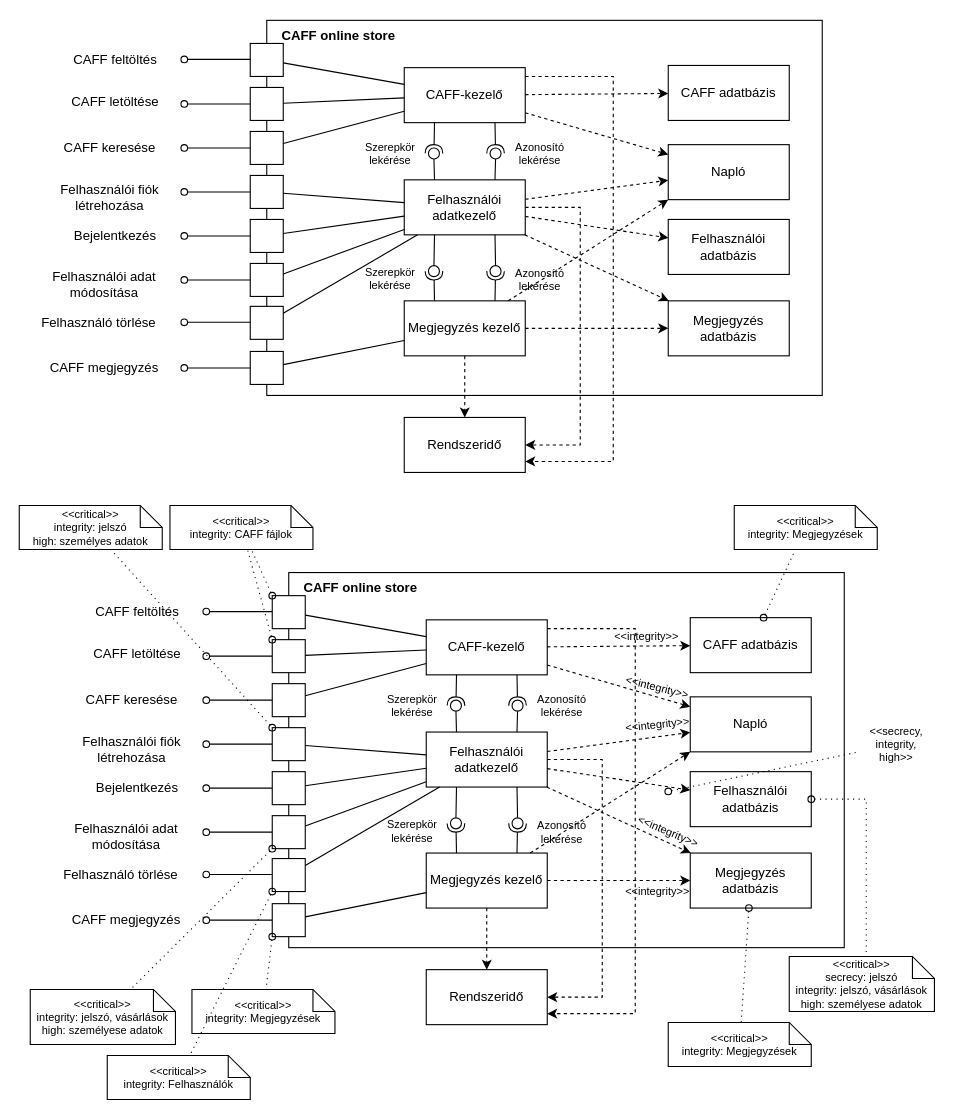
VidarHUN/szamitogep-biztonsag keeps this draw.io diagram as diagrams/component.drawio. Above is the earlier version. Source tidied: cells renumbered, new cells numbered last; positions are measured from the earlier drawing's top-left corner, leaving out a move shared by most shapes. Both pictures are drawn from the tidied source at 110%, with x=0, y=0 at pixel (19, 19).
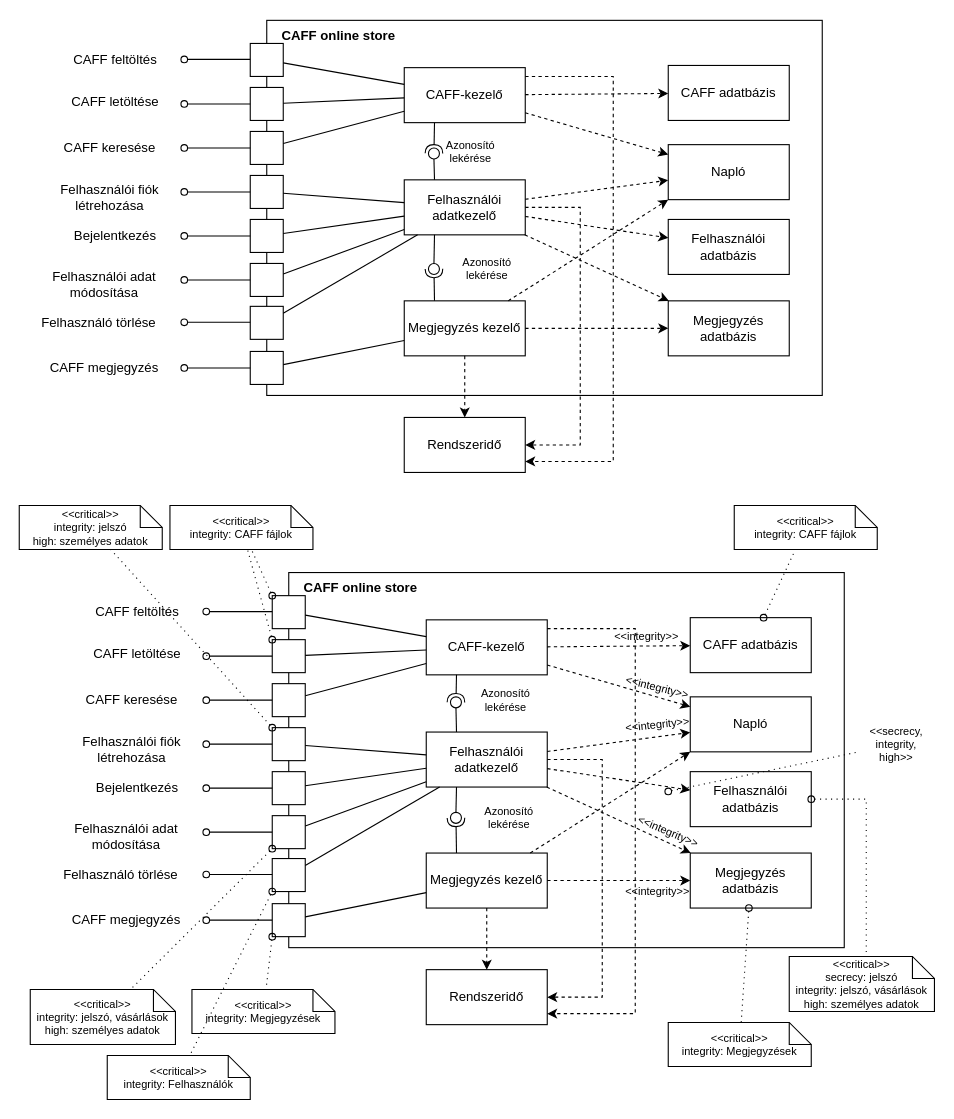
The same diagram, later.

Commit message (it also covers changes not shown here):
Update component diagram

Unchanged cells that the change refers to:
```xml
<mxCell id="28" value="Felhasználói adatkezelő" style="rounded=0;whiteSpace=wrap;html=1;" parent="1" vertex="1">
  <mxGeometry x="350" y="146" width="110" height="50" as="geometry" />
</mxCell>
<mxCell id="31" value="CAFF-kezelő" style="rounded=0;whiteSpace=wrap;html=1;" parent="1" vertex="1">
  <mxGeometry x="350" y="44" width="110" height="50" as="geometry" />
</mxCell>
<mxCell id="34" value="Megjegyzés kezelő" style="rounded=0;whiteSpace=wrap;html=1;" parent="1" vertex="1">
  <mxGeometry x="350" y="256" width="110" height="50" as="geometry" />
</mxCell>
<mxCell id="95" value="Felhasználói adatkezelő" style="rounded=0;whiteSpace=wrap;html=1;" parent="1" vertex="1">
  <mxGeometry x="370" y="648" width="110" height="50" as="geometry" />
</mxCell>
<mxCell id="98" value="CAFF-kezelő" style="rounded=0;whiteSpace=wrap;html=1;" parent="1" vertex="1">
  <mxGeometry x="370" y="546" width="110" height="50" as="geometry" />
</mxCell>
<mxCell id="101" value="Megjegyzés kezelő" style="rounded=0;whiteSpace=wrap;html=1;" parent="1" vertex="1">
  <mxGeometry x="370" y="758" width="110" height="50" as="geometry" />
</mxCell>
```

Change to the diagram source:
```diff
@@
-    <mxCell id="37" style="rounded=0;jettySize=auto;html=1;endArrow=none;endFill=0;sketch=0;sourcePerimeterSpacing=0;targetPerimeterSpacing=0;exitX=0.25;exitY=0;exitDx=0;exitDy=0;" parent="1" edge="1" source="28" target="39">
-      <mxGeometry relative="1" as="geometry" />
-    </mxCell>
-    <mxCell id="38" style="rounded=0;jettySize=auto;html=1;endArrow=halfCircle;endFill=0;entryX=0.5;entryY=0.5;endSize=6;strokeWidth=1;sketch=0;exitX=0.25;exitY=1;exitDx=0;exitDy=0;" parent="1" edge="1" source="31" target="39">
-      <mxGeometry relative="1" as="geometry" />
-    </mxCell>
-    <mxCell id="39" style="ellipse;whiteSpace=wrap;html=1;align=center;points=[];outlineConnect=0;sketch=0;" parent="1" vertex="1">
-      <mxGeometry x="372" y="117" width="10" height="10" as="geometry" />
-    </mxCell>
-    <mxCell id="40" style="rounded=0;jettySize=auto;html=1;endArrow=none;endFill=0;sketch=0;sourcePerimeterSpacing=0;targetPerimeterSpacing=0;exitX=0.75;exitY=0;exitDx=0;exitDy=0;" parent="1" edge="1" source="28" target="42">
+    <mxCell id="40" style="rounded=0;jettySize=auto;html=1;endArrow=none;endFill=0;sketch=0;sourcePerimeterSpacing=0;targetPerimeterSpacing=0;exitX=0.25;exitY=0;exitDx=0;exitDy=0;" parent="1" edge="1" source="28" target="42">
       <mxGeometry relative="1" as="geometry" />
     </mxCell>
-    <mxCell id="41" style="rounded=0;jettySize=auto;html=1;endArrow=halfCircle;endFill=0;entryX=0.5;entryY=0.5;endSize=6;strokeWidth=1;sketch=0;exitX=0.75;exitY=1;exitDx=0;exitDy=0;" parent="1" edge="1" source="31" target="42">
+    <mxCell id="41" style="rounded=0;jettySize=auto;html=1;endArrow=halfCircle;endFill=0;entryX=0.5;entryY=0.5;endSize=6;strokeWidth=1;sketch=0;exitX=0.25;exitY=1;exitDx=0;exitDy=0;" parent="1" edge="1" source="31" target="42">
       <mxGeometry relative="1" as="geometry" />
     </mxCell>
     <mxCell id="42" style="ellipse;whiteSpace=wrap;html=1;align=center;points=[];outlineConnect=0;sketch=0;" parent="1" vertex="1">
-      <mxGeometry x="428" y="117" width="10" height="10" as="geometry" />
+      <mxGeometry x="372" y="117" width="10" height="10" as="geometry" />
     </mxCell>
-    <mxCell id="43" style="rounded=0;jettySize=auto;html=1;endArrow=none;endFill=0;sketch=0;sourcePerimeterSpacing=0;targetPerimeterSpacing=0;exitX=0.25;exitY=1;exitDx=0;exitDy=0;" parent="1" edge="1" source="28" target="45">
-      <mxGeometry relative="1" as="geometry" />
-    </mxCell>
-    <mxCell id="44" style="rounded=0;jettySize=auto;html=1;endArrow=halfCircle;endFill=0;entryX=0.5;entryY=0.5;endSize=6;strokeWidth=1;sketch=0;exitX=0.25;exitY=0;exitDx=0;exitDy=0;" parent="1" edge="1" source="34" target="45">
-      <mxGeometry relative="1" as="geometry" />
-    </mxCell>
-    <mxCell id="45" style="ellipse;whiteSpace=wrap;html=1;align=center;points=[];outlineConnect=0;sketch=0;" parent="1" vertex="1">
-      <mxGeometry x="372" y="224" width="10" height="10" as="geometry" />
-    </mxCell>
-    <mxCell id="46" style="rounded=0;jettySize=auto;html=1;endArrow=none;endFill=0;sketch=0;sourcePerimeterSpacing=0;targetPerimeterSpacing=0;exitX=0.75;exitY=1;exitDx=0;exitDy=0;" parent="1" edge="1" source="28" target="48">
+    <mxCell id="46" style="rounded=0;jettySize=auto;html=1;endArrow=none;endFill=0;sketch=0;sourcePerimeterSpacing=0;targetPerimeterSpacing=0;exitX=0.25;exitY=1;exitDx=0;exitDy=0;" parent="1" edge="1" source="28" target="48">
       <mxGeometry relative="1" as="geometry" />
     </mxCell>
-    <mxCell id="47" style="rounded=0;jettySize=auto;html=1;endArrow=halfCircle;endFill=0;entryX=0.5;entryY=0.5;endSize=6;strokeWidth=1;sketch=0;exitX=0.75;exitY=0;exitDx=0;exitDy=0;" parent="1" edge="1" source="34" target="48">
+    <mxCell id="47" style="rounded=0;jettySize=auto;html=1;endArrow=halfCircle;endFill=0;entryX=0.5;entryY=0.5;endSize=6;strokeWidth=1;sketch=0;exitX=0.25;exitY=0;exitDx=0;exitDy=0;" parent="1" edge="1" source="34" target="48">
       <mxGeometry relative="1" as="geometry" />
     </mxCell>
     <mxCell id="48" style="ellipse;whiteSpace=wrap;html=1;align=center;points=[];outlineConnect=0;sketch=0;" parent="1" vertex="1">
-      <mxGeometry x="428" y="224" width="10" height="10" as="geometry" />
+      <mxGeometry x="372" y="222" width="10" height="10" as="geometry" />
     </mxCell>
@@
-    <mxCell id="53" value="Szerepkör&lt;br style=&quot;font-size: 10px;&quot;&gt;lekérése" style="text;html=1;align=center;verticalAlign=middle;strokeColor=none;fillColor=none;fontSize=10;" parent="1" vertex="1">
-      <mxGeometry x="302" y="102" width="70" height="40" as="geometry" />
-    </mxCell>
     <mxCell id="54" value="Azonosító&lt;br style=&quot;font-size: 10px;&quot;&gt;lekérése" style="text;html=1;align=center;verticalAlign=middle;strokeColor=none;fillColor=none;fontSize=10;" parent="1" vertex="1">
-      <mxGeometry x="438" y="102" width="70" height="40" as="geometry" />
+      <mxGeometry x="375" y="100" width="70" height="40" as="geometry" />
     </mxCell>
-    <mxCell id="55" value="Szerepkör&lt;br style=&quot;font-size: 10px;&quot;&gt;lekérése" style="text;html=1;align=center;verticalAlign=middle;strokeColor=none;fillColor=none;fontSize=10;" parent="1" vertex="1">
-      <mxGeometry x="302" y="216" width="70" height="40" as="geometry" />
-    </mxCell>
     <mxCell id="56" value="Azonosító&lt;br style=&quot;font-size: 10px;&quot;&gt;lekérése" style="text;html=1;align=center;verticalAlign=middle;strokeColor=none;fillColor=none;fontSize=10;" parent="1" vertex="1">
-      <mxGeometry x="438" y="217" width="70" height="40" as="geometry" />
+      <mxGeometry x="390" y="207" width="70" height="40" as="geometry" />
     </mxCell>
@@
-    <mxCell id="104" style="rounded=0;jettySize=auto;html=1;endArrow=none;endFill=0;sketch=0;sourcePerimeterSpacing=0;targetPerimeterSpacing=0;exitX=0.25;exitY=0;exitDx=0;exitDy=0;" parent="1" edge="1" source="95" target="106">
-      <mxGeometry relative="1" as="geometry" />
-    </mxCell>
-    <mxCell id="105" style="rounded=0;jettySize=auto;html=1;endArrow=halfCircle;endFill=0;entryX=0.5;entryY=0.5;endSize=6;strokeWidth=1;sketch=0;exitX=0.25;exitY=1;exitDx=0;exitDy=0;" parent="1" edge="1" source="98" target="106">
-      <mxGeometry relative="1" as="geometry" />
-    </mxCell>
-    <mxCell id="106" style="ellipse;whiteSpace=wrap;html=1;align=center;points=[];outlineConnect=0;sketch=0;" parent="1" vertex="1">
-      <mxGeometry x="392" y="619" width="10" height="10" as="geometry" />
-    </mxCell>
-    <mxCell id="107" style="rounded=0;jettySize=auto;html=1;endArrow=none;endFill=0;sketch=0;sourcePerimeterSpacing=0;targetPerimeterSpacing=0;exitX=0.75;exitY=0;exitDx=0;exitDy=0;" parent="1" edge="1" source="95" target="109">
+    <mxCell id="107" style="rounded=0;jettySize=auto;html=1;endArrow=none;endFill=0;sketch=0;sourcePerimeterSpacing=0;targetPerimeterSpacing=0;exitX=0.25;exitY=0;exitDx=0;exitDy=0;" parent="1" edge="1" source="95" target="109">
       <mxGeometry relative="1" as="geometry" />
     </mxCell>
-    <mxCell id="108" style="rounded=0;jettySize=auto;html=1;endArrow=halfCircle;endFill=0;entryX=0.5;entryY=0.5;endSize=6;strokeWidth=1;sketch=0;exitX=0.75;exitY=1;exitDx=0;exitDy=0;" parent="1" edge="1" source="98" target="109">
+    <mxCell id="108" style="rounded=0;jettySize=auto;html=1;endArrow=halfCircle;endFill=0;entryX=0.5;entryY=0.5;endSize=6;strokeWidth=1;sketch=0;exitX=0.25;exitY=1;exitDx=0;exitDy=0;" parent="1" edge="1" source="98" target="109">
       <mxGeometry relative="1" as="geometry" />
     </mxCell>
     <mxCell id="109" style="ellipse;whiteSpace=wrap;html=1;align=center;points=[];outlineConnect=0;sketch=0;" parent="1" vertex="1">
-      <mxGeometry x="448" y="619" width="10" height="10" as="geometry" />
+      <mxGeometry x="392" y="616" width="10" height="10" as="geometry" />
     </mxCell>
-    <mxCell id="110" style="rounded=0;jettySize=auto;html=1;endArrow=none;endFill=0;sketch=0;sourcePerimeterSpacing=0;targetPerimeterSpacing=0;exitX=0.25;exitY=1;exitDx=0;exitDy=0;" parent="1" edge="1" source="95" target="112">
-      <mxGeometry relative="1" as="geometry" />
-    </mxCell>
-    <mxCell id="111" style="rounded=0;jettySize=auto;html=1;endArrow=halfCircle;endFill=0;entryX=0.5;entryY=0.5;endSize=6;strokeWidth=1;sketch=0;exitX=0.25;exitY=0;exitDx=0;exitDy=0;" parent="1" edge="1" source="101" target="112">
-      <mxGeometry relative="1" as="geometry" />
-    </mxCell>
-    <mxCell id="112" style="ellipse;whiteSpace=wrap;html=1;align=center;points=[];outlineConnect=0;sketch=0;" parent="1" vertex="1">
-      <mxGeometry x="392" y="726" width="10" height="10" as="geometry" />
-    </mxCell>
-    <mxCell id="113" style="rounded=0;jettySize=auto;html=1;endArrow=none;endFill=0;sketch=0;sourcePerimeterSpacing=0;targetPerimeterSpacing=0;exitX=0.75;exitY=1;exitDx=0;exitDy=0;" parent="1" edge="1" source="95" target="115">
+    <mxCell id="113" style="rounded=0;jettySize=auto;html=1;endArrow=none;endFill=0;sketch=0;sourcePerimeterSpacing=0;targetPerimeterSpacing=0;exitX=0.25;exitY=1;exitDx=0;exitDy=0;" parent="1" edge="1" source="95" target="115">
       <mxGeometry relative="1" as="geometry" />
     </mxCell>
-    <mxCell id="114" style="rounded=0;jettySize=auto;html=1;endArrow=halfCircle;endFill=0;entryX=0.5;entryY=0.5;endSize=6;strokeWidth=1;sketch=0;exitX=0.75;exitY=0;exitDx=0;exitDy=0;" parent="1" edge="1" source="101" target="115">
+    <mxCell id="114" style="rounded=0;jettySize=auto;html=1;endArrow=halfCircle;endFill=0;entryX=0.5;entryY=0.5;endSize=6;strokeWidth=1;sketch=0;exitX=0.25;exitY=0;exitDx=0;exitDy=0;" parent="1" edge="1" source="101" target="115">
       <mxGeometry relative="1" as="geometry" />
     </mxCell>
     <mxCell id="115" style="ellipse;whiteSpace=wrap;html=1;align=center;points=[];outlineConnect=0;sketch=0;" parent="1" vertex="1">
-      <mxGeometry x="448" y="726" width="10" height="10" as="geometry" />
+      <mxGeometry x="392" y="721" width="10" height="10" as="geometry" />
     </mxCell>
@@
-    <mxCell id="120" value="Szerepkör&lt;br style=&quot;font-size: 10px;&quot;&gt;lekérése" style="text;html=1;align=center;verticalAlign=middle;strokeColor=none;fillColor=none;fontSize=10;" parent="1" vertex="1">
-      <mxGeometry x="322" y="604" width="70" height="40" as="geometry" />
-    </mxCell>
     <mxCell id="121" value="Azonosító&lt;br style=&quot;font-size: 10px;&quot;&gt;lekérése" style="text;html=1;align=center;verticalAlign=middle;strokeColor=none;fillColor=none;fontSize=10;" parent="1" vertex="1">
-      <mxGeometry x="458" y="604" width="70" height="40" as="geometry" />
+      <mxGeometry x="407" y="599" width="70" height="40" as="geometry" />
     </mxCell>
-    <mxCell id="122" value="Szerepkör&lt;br style=&quot;font-size: 10px;&quot;&gt;lekérése" style="text;html=1;align=center;verticalAlign=middle;strokeColor=none;fillColor=none;fontSize=10;" parent="1" vertex="1">
-      <mxGeometry x="322" y="718" width="70" height="40" as="geometry" />
-    </mxCell>
     <mxCell id="123" value="Azonosító&lt;br style=&quot;font-size: 10px;&quot;&gt;lekérése" style="text;html=1;align=center;verticalAlign=middle;strokeColor=none;fillColor=none;fontSize=10;" parent="1" vertex="1">
-      <mxGeometry x="458" y="719" width="70" height="40" as="geometry" />
+      <mxGeometry x="410" y="706" width="70" height="40" as="geometry" />
     </mxCell>
@@
-    <mxCell id="136" value="&amp;lt;&amp;lt;critical&amp;gt;&amp;gt;&lt;br&gt;integrity: jelszó, vásárlások&lt;br&gt;high: személyese adatok&lt;br&gt;" style="shape=note;size=20;whiteSpace=wrap;html=1;fontSize=10;fillColor=default;" parent="1" vertex="1">
+    <mxCell id="136" value="&amp;lt;&amp;lt;critical&amp;gt;&amp;gt;&lt;br&gt;integrity: jelszó, vásárlások&lt;br&gt;high: személyes adatok" style="shape=note;size=20;whiteSpace=wrap;html=1;fontSize=10;fillColor=default;" parent="1" vertex="1">
       <mxGeometry x="10" y="882" width="132" height="50" as="geometry" />
     </mxCell>
@@
-    <mxCell id="147" value="&amp;lt;&amp;lt;critical&amp;gt;&amp;gt;&lt;br&gt;secrecy: jelszó&lt;br&gt;integrity: jelszó, vásárlások&lt;br&gt;high: személyese adatok" style="shape=note;size=20;whiteSpace=wrap;html=1;fontSize=10;fillColor=default;" parent="1" vertex="1">
+    <mxCell id="147" value="&amp;lt;&amp;lt;critical&amp;gt;&amp;gt;&lt;br&gt;secrecy: jelszó&lt;br&gt;integrity: jelszó, vásárlások&lt;br&gt;high: személyes adatok" style="shape=note;size=20;whiteSpace=wrap;html=1;fontSize=10;fillColor=default;" parent="1" vertex="1">
       <mxGeometry x="700" y="852" width="132" height="50" as="geometry" />
     </mxCell>
@@
-    <mxCell id="151" value="&amp;lt;&amp;lt;critical&amp;gt;&amp;gt;&lt;br&gt;integrity: Megjegyzések" style="shape=note;size=20;whiteSpace=wrap;html=1;fontSize=10;fillColor=default;" parent="1" vertex="1">
+    <mxCell id="151" value="&amp;lt;&amp;lt;critical&amp;gt;&amp;gt;&lt;br&gt;integrity: CAFF fájlok" style="shape=note;size=20;whiteSpace=wrap;html=1;fontSize=10;fillColor=default;" parent="1" vertex="1">
       <mxGeometry x="650" y="442" width="130" height="40" as="geometry" />
     </mxCell>
```
